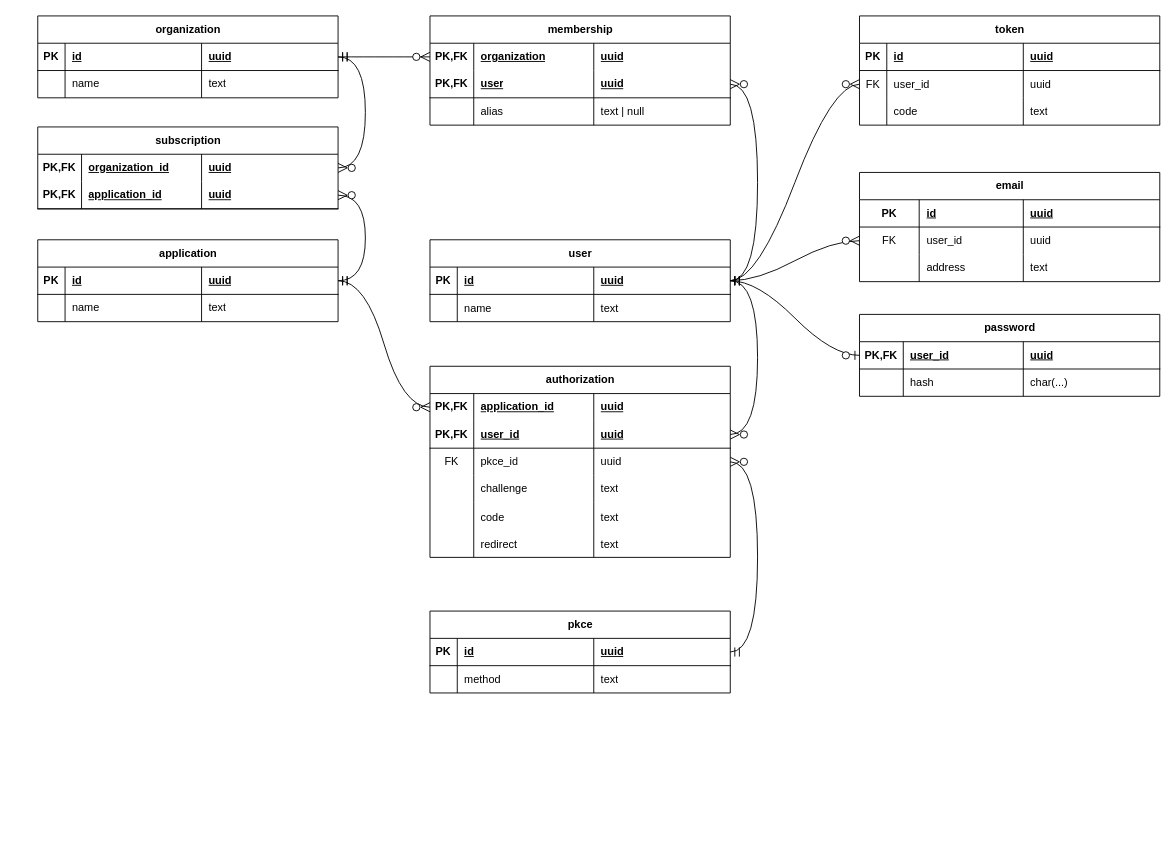
Earlier version of the draw.io diagram page "Schema" (1 of 2) of database.drawio (EliasEriksson/authentic). Source tidied: cells renumbered, new cells numbered last; positions are measured from the earlier drawing's top-left corner, leaving out a move shared by most shapes. Both pictures are drawn from the tidied source at 91%, with x=0, y=0 at pixel (37, 15).
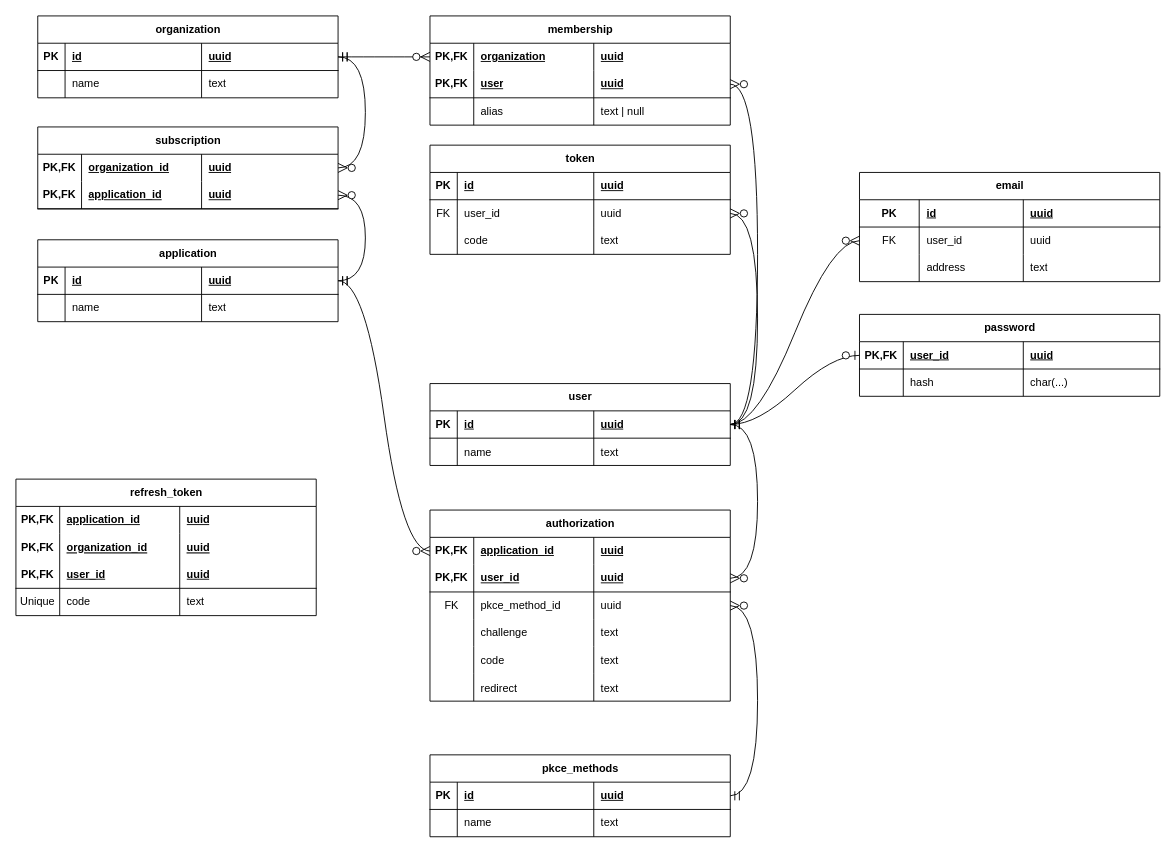
The same page after the edit.

The change refers to these unchanged cells:
```xml
<mxCell id="77" style="shape=tableRow;horizontal=0;startSize=0;swimlaneHead=0;swimlaneBody=0;fillColor=none;points=[[0,0.5],[1,0.5]];portConstraint=eastwest;top=0;left=0;right=0;bottom=0;" parent="68" vertex="1">
  <mxGeometry y="90" width="330" height="30" as="geometry" />
</mxCell>
<mxCell id="98" style="shape=tableRow;horizontal=0;startSize=0;swimlaneHead=0;swimlaneBody=0;fillColor=none;top=0;left=0;right=0;bottom=0;" parent="93" vertex="1">
  <mxGeometry y="60" width="330" height="30" as="geometry" />
</mxCell>
```

Diff of the diagram source:
```diff
@@
     <mxCell id="3" value="user" style="shape=table;startSize=30;childLayout=tableLayout;rowLines=0;fontStyle=1;align=center;html=1;" parent="1" vertex="1">
-      <mxGeometry x="431" y="246" width="330" height="90" as="geometry" />
+      <mxGeometry x="431" y="404" width="330" height="90" as="geometry" />
     </mxCell>
@@
     <mxCell id="68" value="authorization" style="shape=table;startSize=30;childLayout=tableLayout;rowLines=0;fontStyle=1;align=center;html=1;" parent="1" vertex="1">
-      <mxGeometry x="431" y="385" width="330" height="210" as="geometry" />
+      <mxGeometry x="431" y="543" width="330" height="210" as="geometry" />
     </mxCell>
@@
-    <mxCell id="79" value="pkce_id" style="shape=partialRectangle;fillColor=none;top=0;left=0;bottom=0;right=0;align=left;spacingLeft=6;overflow=hidden;whiteSpace=wrap;html=1;" parent="77" vertex="1">
+    <mxCell id="79" value="&lt;div&gt;pkce_method_id&lt;/div&gt;" style="shape=partialRectangle;fillColor=none;top=0;left=0;bottom=0;right=0;align=left;spacingLeft=6;overflow=hidden;whiteSpace=wrap;html=1;" parent="77" vertex="1">
       <mxGeometry x="48.1" width="131.9" height="30" as="geometry" />
     </mxCell>
@@
-    <mxCell id="93" value="&lt;div&gt;pkce&lt;/div&gt;" style="shape=table;startSize=30;childLayout=tableLayout;rowLines=0;fontStyle=1;align=center;html=1;" parent="1" vertex="1">
-      <mxGeometry x="431" y="654" width="330" height="90" as="geometry" />
+    <mxCell id="93" value="&lt;div&gt;pkce_methods&lt;/div&gt;" style="shape=table;startSize=30;childLayout=tableLayout;rowLines=0;fontStyle=1;align=center;html=1;" parent="1" vertex="1">
+      <mxGeometry x="431" y="812" width="330" height="90" as="geometry" />
     </mxCell>
@@
-    <mxCell id="100" value="method" style="shape=partialRectangle;fillColor=none;top=0;left=0;bottom=0;right=0;align=left;spacingLeft=6;overflow=hidden;whiteSpace=wrap;html=1;" parent="98" vertex="1">
+    <mxCell id="100" value="name" style="shape=partialRectangle;fillColor=none;top=0;left=0;bottom=0;right=0;align=left;spacingLeft=6;overflow=hidden;whiteSpace=wrap;html=1;" parent="98" vertex="1">
       <mxGeometry x="30" width="150" height="30" as="geometry" />
     </mxCell>
@@
     <mxCell id="106" value="token" style="shape=table;startSize=30;childLayout=tableLayout;rowLines=0;fontStyle=1;align=center;html=1;" parent="1" vertex="1">
-      <mxGeometry x="903" width="330" height="120" as="geometry" />
+      <mxGeometry x="431" y="142" width="330" height="120" as="geometry" />
     </mxCell>
@@
+    <mxCell id="130" value="refresh_token" style="shape=table;startSize=30;childLayout=tableLayout;rowLines=0;fontStyle=1;align=center;html=1;" parent="1" vertex="1">
+      <mxGeometry x="-24" y="509" width="330" height="150" as="geometry" />
+    </mxCell>
+    <mxCell id="131" style="shape=tableRow;horizontal=0;startSize=0;swimlaneHead=0;swimlaneBody=0;fillColor=none;top=0;left=0;right=0;bottom=0;fontFamily=Helvetica;fontSize=12;fontColor=default;labelBackgroundColor=default;" parent="130" vertex="1">
+      <mxGeometry y="30" width="330" height="30" as="geometry" />
+    </mxCell>
+    <mxCell id="132" value="&lt;b&gt;PK,FK&lt;/b&gt;" style="shape=partialRectangle;fillColor=none;top=0;left=0;bottom=0;right=0;fontStyle=0;overflow=hidden;whiteSpace=wrap;html=1;fontFamily=Helvetica;fontSize=12;fontColor=default;labelBackgroundColor=default;" parent="131" vertex="1">
+      <mxGeometry width="48.1" height="30" as="geometry" />
+    </mxCell>
+    <mxCell id="133" value="&lt;b&gt;&lt;u&gt;application_id&lt;/u&gt;&lt;/b&gt;" style="shape=partialRectangle;fillColor=none;top=0;left=0;bottom=0;right=0;align=left;spacingLeft=6;fontStyle=0;overflow=hidden;whiteSpace=wrap;html=1;fontFamily=Helvetica;fontSize=12;fontColor=default;labelBackgroundColor=default;" parent="131" vertex="1">
+      <mxGeometry x="48.1" width="131.9" height="30" as="geometry" />
+    </mxCell>
+    <mxCell id="134" value="&lt;b&gt;&lt;u&gt;uuid&lt;/u&gt;&lt;/b&gt;" style="shape=partialRectangle;fillColor=none;top=0;left=0;bottom=0;right=0;align=left;spacingLeft=6;fontStyle=0;overflow=hidden;whiteSpace=wrap;html=1;fontFamily=Helvetica;fontSize=12;fontColor=default;labelBackgroundColor=default;" parent="131" vertex="1">
+      <mxGeometry x="180" width="150" height="30" as="geometry" />
+    </mxCell>
+    <mxCell id="135" style="shape=tableRow;horizontal=0;startSize=0;swimlaneHead=0;swimlaneBody=0;fillColor=none;top=0;left=0;right=0;bottom=0;fontFamily=Helvetica;fontSize=12;fontColor=default;labelBackgroundColor=default;" parent="130" vertex="1">
+      <mxGeometry y="60" width="330" height="30" as="geometry" />
+    </mxCell>
+    <mxCell id="136" value="PK,FK" style="shape=partialRectangle;fillColor=none;top=0;left=0;bottom=0;right=0;overflow=hidden;fontFamily=Helvetica;fontSize=12;fontColor=default;labelBackgroundColor=default;fontStyle=1;" parent="135" vertex="1">
+      <mxGeometry width="48.1" height="30" as="geometry" />
+    </mxCell>
+    <mxCell id="137" value="organization_id" style="shape=partialRectangle;fillColor=none;top=0;left=0;bottom=0;right=0;align=left;spacingLeft=6;overflow=hidden;fontFamily=Helvetica;fontSize=12;fontColor=default;labelBackgroundColor=default;fontStyle=5;" parent="135" vertex="1">
+      <mxGeometry x="48.1" width="131.9" height="30" as="geometry" />
+    </mxCell>
+    <mxCell id="138" value="uuid" style="shape=partialRectangle;fillColor=none;top=0;left=0;bottom=0;right=0;align=left;spacingLeft=6;overflow=hidden;fontFamily=Helvetica;fontSize=12;fontColor=default;labelBackgroundColor=default;fontStyle=5;" parent="135" vertex="1">
+      <mxGeometry x="180" width="150" height="30" as="geometry" />
+    </mxCell>
+    <mxCell id="139" style="shape=tableRow;horizontal=0;startSize=0;swimlaneHead=0;swimlaneBody=0;fillColor=none;top=0;left=0;right=0;bottom=1;" parent="130" vertex="1">
+      <mxGeometry y="90" width="330" height="30" as="geometry" />
+    </mxCell>
+    <mxCell id="140" value="PK,FK" style="shape=partialRectangle;fillColor=none;top=0;left=0;bottom=0;right=0;fontStyle=1;overflow=hidden;whiteSpace=wrap;html=1;" parent="139" vertex="1">
+      <mxGeometry width="48.1" height="30" as="geometry" />
+    </mxCell>
+    <mxCell id="141" value="user_id" style="shape=partialRectangle;fillColor=none;top=0;left=0;bottom=0;right=0;align=left;spacingLeft=6;fontStyle=5;overflow=hidden;whiteSpace=wrap;html=1;" parent="139" vertex="1">
+      <mxGeometry x="48.1" width="131.9" height="30" as="geometry" />
+    </mxCell>
+    <mxCell id="142" value="uuid" style="shape=partialRectangle;fillColor=none;top=0;left=0;bottom=0;right=0;align=left;spacingLeft=6;fontStyle=5;overflow=hidden;whiteSpace=wrap;html=1;" parent="139" vertex="1">
+      <mxGeometry x="180" width="150" height="30" as="geometry" />
+    </mxCell>
+    <mxCell id="143" style="shape=tableRow;horizontal=0;startSize=0;swimlaneHead=0;swimlaneBody=0;fillColor=none;top=0;left=0;right=0;bottom=0;" parent="130" vertex="1">
+      <mxGeometry y="120" width="330" height="30" as="geometry" />
+    </mxCell>
+    <mxCell id="144" value="Unique" style="shape=partialRectangle;fillColor=none;top=0;left=0;bottom=0;right=0;overflow=hidden;whiteSpace=wrap;html=1;" parent="143" vertex="1">
+      <mxGeometry width="48.1" height="30" as="geometry" />
+    </mxCell>
+    <mxCell id="145" value="code" style="shape=partialRectangle;fillColor=none;top=0;left=0;bottom=0;right=0;align=left;spacingLeft=6;overflow=hidden;whiteSpace=wrap;html=1;" parent="143" vertex="1">
+      <mxGeometry x="48.1" width="131.9" height="30" as="geometry" />
+    </mxCell>
+    <mxCell id="146" value="text" style="shape=partialRectangle;fillColor=none;top=0;left=0;bottom=0;right=0;align=left;spacingLeft=6;overflow=hidden;whiteSpace=wrap;html=1;" parent="143" vertex="1">
+      <mxGeometry x="180" width="150" height="30" as="geometry" />
+    </mxCell>
```
